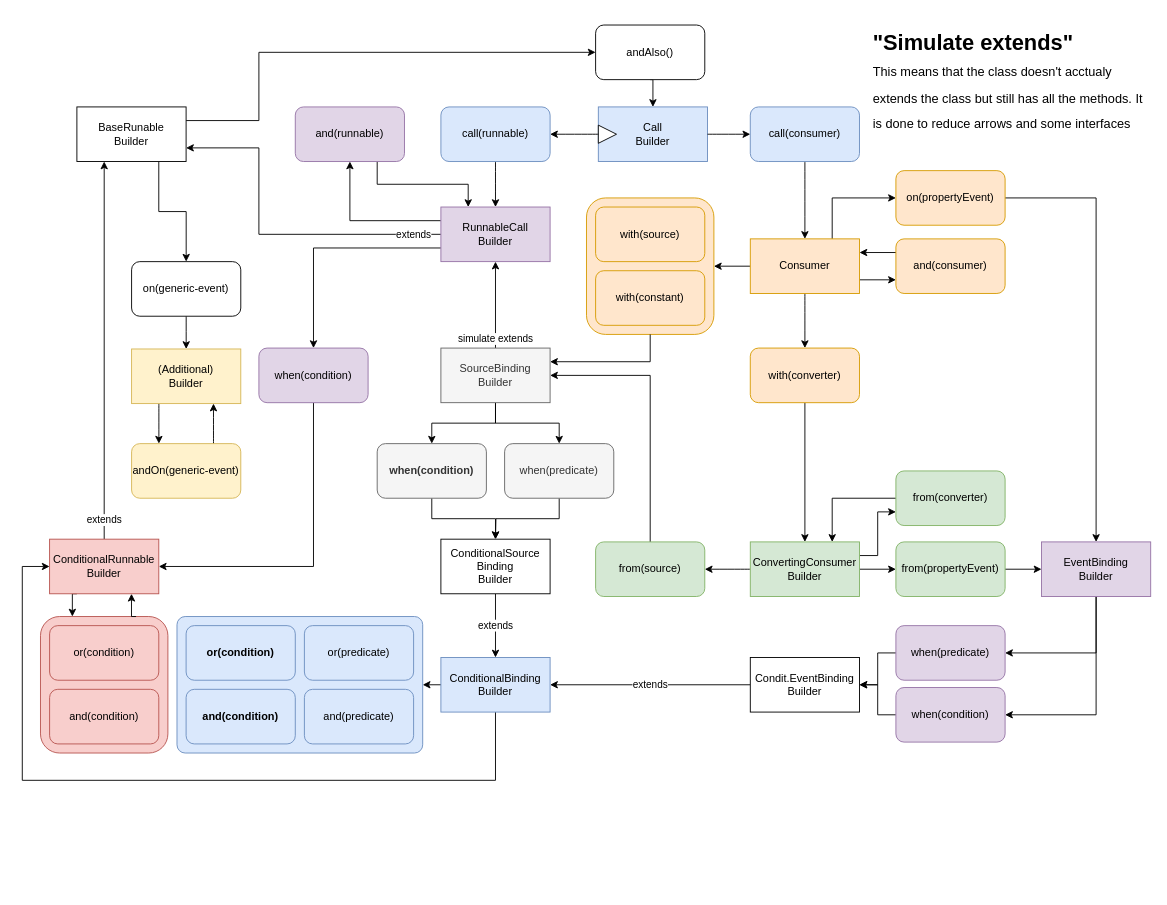
The draw.io diagram docs/binding_dsl.drawio in nbrugger-tgm/reactj, before the edit. Source tidied: cells renumbered, new cells numbered last; positions are measured from the earlier drawing's top-left corner, leaving out a move shared by most shapes. Both pictures are drawn from the tidied source at 91%, with x=0, y=0 at pixel (22, 25).
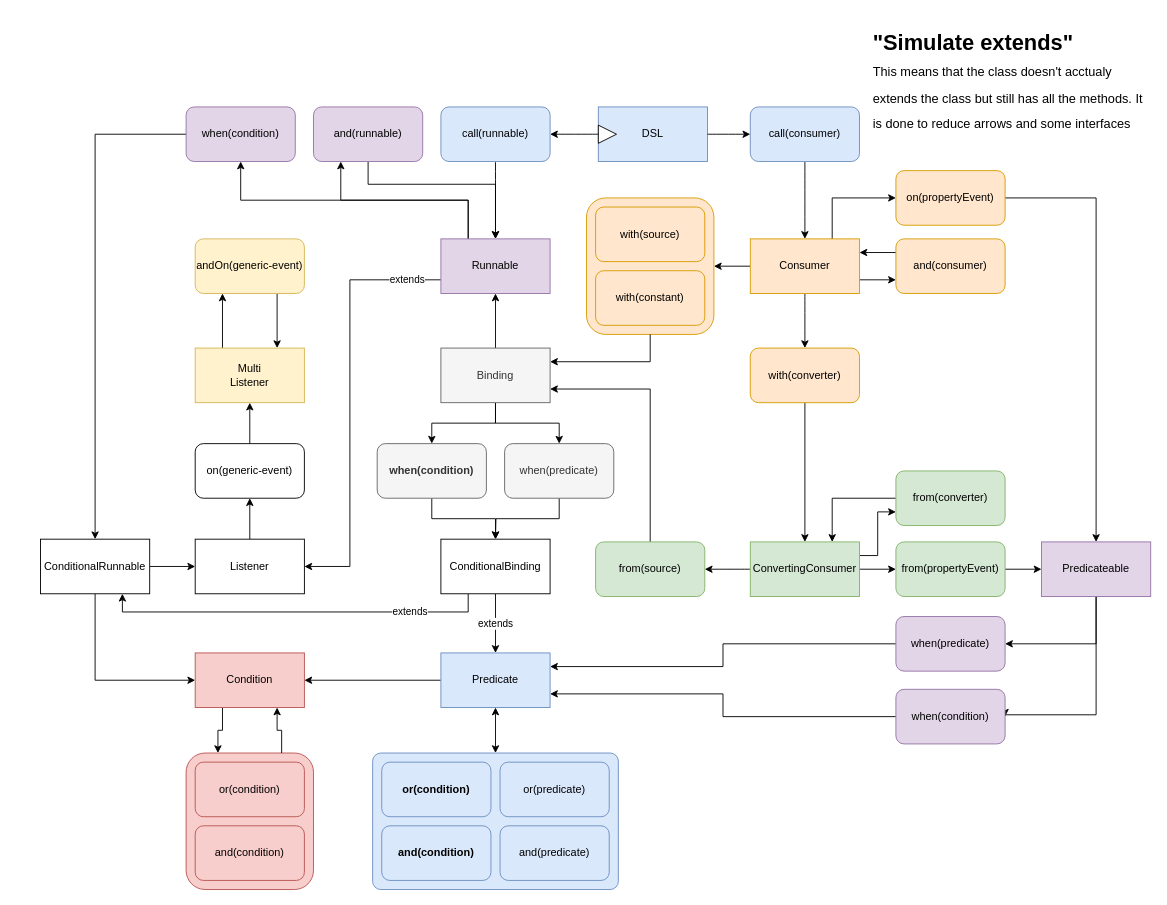
Above is the later version.

The change refers to these unchanged cells:
```xml
<mxCell id="21" value="from(source)" style="rounded=1;whiteSpace=wrap;html=1;fillColor=#d5e8d4;strokeColor=#82b366;" parent="1" vertex="1">
  <mxGeometry x="630" y="568" width="120" height="60" as="geometry" />
</mxCell>
<mxCell id="84" style="rounded=1;whiteSpace=wrap;html=1;fillColor=#dae8fc;strokeColor=#6c8ebf;arcSize=6;" parent="83" vertex="1">
  <mxGeometry width="270" height="150" as="geometry" />
</mxCell>
```

Change to the diagram source:
```diff
@@
-    <mxCell id="2" value="Call&lt;br&gt;Builder" style="rounded=0;whiteSpace=wrap;html=1;fillColor=#dae8fc;strokeColor=#6c8ebf;" parent="1" vertex="1">
+    <mxCell id="2" value="DSL" style="rounded=0;whiteSpace=wrap;html=1;fillColor=#dae8fc;strokeColor=#6c8ebf;" parent="1" vertex="1">
       <mxGeometry x="633" y="90" width="120" height="60" as="geometry" />
     </mxCell>
@@
-    <mxCell id="5" style="edgeStyle=orthogonalEdgeStyle;rounded=0;jettySize=auto;html=1;exitX=0.5;exitY=1;exitDx=0;exitDy=0;entryX=1;entryY=0.5;entryDx=0;entryDy=0;" parent="1" edge="1" source="6" target="64">
-      <mxGeometry relative="1" as="geometry">
-        <Array as="points">
-          <mxPoint x="320" y="595" />
-        </Array>
-      </mxGeometry>
-    </mxCell>
+    <mxCell id="92" style="edgeStyle=orthogonalEdgeStyle;rounded=0;jettySize=auto;html=1;exitX=0;exitY=0.5;exitDx=0;exitDy=0;startArrow=none;startFill=0;" parent="1" edge="1" source="6" target="98">
+      <mxGeometry relative="1" as="geometry" />
+    </mxCell>
     <mxCell id="6" value="when(condition)" style="rounded=1;whiteSpace=wrap;html=1;fillColor=#e1d5e7;strokeColor=#9673a6;" parent="1" vertex="1">
-      <mxGeometry x="260" y="355" width="120" height="60" as="geometry" />
+      <mxGeometry x="180" y="90" width="120" height="60" as="geometry" />
     </mxCell>
-    <mxCell id="7" style="edgeStyle=orthogonalEdgeStyle;curved=1;rounded=0;jettySize=auto;html=1;exitX=0.5;exitY=1;exitDx=0;exitDy=0;entryX=0.5;entryY=0;entryDx=0;entryDy=0;" parent="1" edge="1" source="8" target="45">
+    <mxCell id="7" style="edgeStyle=orthogonalEdgeStyle;rounded=0;jettySize=auto;html=1;" parent="1" edge="1" source="8" target="45">
       <mxGeometry relative="1" as="geometry" />
     </mxCell>
     <mxCell id="8" value="on(generic-event)" style="rounded=1;whiteSpace=wrap;html=1;" parent="1" vertex="1">
-      <mxGeometry x="120.1" y="260" width="120" height="60" as="geometry" />
+      <mxGeometry x="190" y="460" width="120" height="60" as="geometry" />
     </mxCell>
@@
-    <mxCell id="11" style="edgeStyle=orthogonalEdgeStyle;rounded=0;jettySize=auto;html=1;exitX=0.75;exitY=1;exitDx=0;exitDy=0;entryX=0.25;entryY=0;entryDx=0;entryDy=0;" parent="1" edge="1" source="12" target="29">
+    <mxCell id="11" style="edgeStyle=orthogonalEdgeStyle;rounded=0;jettySize=auto;html=1;exitX=0.5;exitY=1;exitDx=0;exitDy=0;entryX=0.5;entryY=0;entryDx=0;entryDy=0;" parent="1" edge="1" source="12" target="29">
       <mxGeometry relative="1" as="geometry">
         <Array as="points">
-          <mxPoint x="390" y="175" />
-          <mxPoint x="490" y="175" />
+          <mxPoint x="380" y="175" />
+          <mxPoint x="520" y="175" />
         </Array>
       </mxGeometry>
     </mxCell>
     <mxCell id="12" value="and(runnable)" style="rounded=1;whiteSpace=wrap;html=1;fillColor=#e1d5e7;strokeColor=#9673a6;" parent="1" vertex="1">
-      <mxGeometry x="300" y="90" width="120" height="60" as="geometry" />
+      <mxGeometry x="320" y="90" width="120" height="60" as="geometry" />
     </mxCell>
-    <mxCell id="13" style="edgeStyle=orthogonalEdgeStyle;curved=1;rounded=0;jettySize=auto;html=1;exitX=0.75;exitY=0;exitDx=0;exitDy=0;entryX=0.75;entryY=1;entryDx=0;entryDy=0;" parent="1" edge="1" source="14" target="45">
+    <mxCell id="13" style="edgeStyle=orthogonalEdgeStyle;rounded=0;jettySize=auto;html=1;exitX=0.75;exitY=1;exitDx=0;exitDy=0;entryX=0.75;entryY=0;entryDx=0;entryDy=0;startArrow=none;startFill=0;" parent="1" edge="1" source="14" target="45">
       <mxGeometry relative="1" as="geometry" />
     </mxCell>
     <mxCell id="14" value="andOn(generic-event)" style="rounded=1;whiteSpace=wrap;html=1;fillColor=#fff2cc;strokeColor=#d6b656;" parent="1" vertex="1">
-      <mxGeometry x="120.1" y="460" width="120" height="60" as="geometry" />
+      <mxGeometry x="190" y="235" width="120" height="60" as="geometry" />
     </mxCell>
     <mxCell id="15" style="group;" parent="1" vertex="1">
-      <mxGeometry x="20" y="650" width="140" height="150" as="geometry" />
+      <mxGeometry x="180" y="800" width="140" height="150" as="geometry" />
     </mxCell>
@@
-    <mxCell id="20" style="edgeStyle=orthogonalEdgeStyle;rounded=0;jettySize=auto;html=1;exitX=0.5;exitY=0;exitDx=0;exitDy=0;entryX=1;entryY=0.5;entryDx=0;entryDy=0;" parent="1" edge="1" source="21" target="50">
+    <mxCell id="20" style="edgeStyle=orthogonalEdgeStyle;rounded=0;jettySize=auto;html=1;exitX=0.5;exitY=0;exitDx=0;exitDy=0;entryX=1;entryY=0.75;entryDx=0;entryDy=0;" parent="1" edge="1" source="21" target="50">
       <mxGeometry relative="1" as="geometry" />
     </mxCell>
@@
-    <mxCell id="26" value="extends" style="edgeStyle=orthogonalEdgeStyle;rounded=0;jettySize=auto;html=1;exitX=0;exitY=0.5;exitDx=0;exitDy=0;entryX=1;entryY=0.75;entryDx=0;entryDy=0;" parent="1" edge="1" source="29" target="62">
+    <mxCell id="26" value="extends" style="edgeStyle=orthogonalEdgeStyle;rounded=0;jettySize=auto;html=1;exitX=0;exitY=0.75;exitDx=0;exitDy=0;entryX=1;entryY=0.5;entryDx=0;entryDy=0;" parent="1" edge="1" source="29" target="62">
       <mxGeometry x="-0.84" relative="1" as="geometry">
         <Array as="points">
-          <mxPoint x="260" y="230" />
-          <mxPoint x="260" y="135" />
+          <mxPoint x="360" y="280" />
+          <mxPoint x="360" y="595" />
         </Array>
       </mxGeometry>
     </mxCell>
-    <mxCell id="27" style="edgeStyle=orthogonalEdgeStyle;rounded=0;jettySize=auto;html=1;exitX=0;exitY=0.75;exitDx=0;exitDy=0;" parent="1" edge="1" source="29" target="6">
+    <mxCell id="27" style="edgeStyle=orthogonalEdgeStyle;rounded=0;jettySize=auto;html=1;exitX=0.25;exitY=0;exitDx=0;exitDy=0;entryX=0.5;entryY=1;entryDx=0;entryDy=0;startArrow=none;startFill=0;" parent="1" edge="1" source="29" target="6">
       <mxGeometry relative="1" as="geometry" />
     </mxCell>
-    <mxCell id="28" style="edgeStyle=orthogonalEdgeStyle;rounded=0;jettySize=auto;html=1;exitX=0;exitY=0.25;exitDx=0;exitDy=0;entryX=0.5;entryY=1;entryDx=0;entryDy=0;" parent="1" edge="1" source="29" target="12">
+    <mxCell id="28" style="edgeStyle=orthogonalEdgeStyle;rounded=0;jettySize=auto;html=1;exitX=0.25;exitY=0;exitDx=0;exitDy=0;entryX=0.25;entryY=1;entryDx=0;entryDy=0;startArrow=none;startFill=0;" parent="1" edge="1" source="29" target="12">
       <mxGeometry relative="1" as="geometry" />
     </mxCell>
-    <mxCell id="29" value="RunnableCall&lt;br&gt;Builder" style="rounded=0;whiteSpace=wrap;html=1;fillColor=#e1d5e7;strokeColor=#9673a6;" parent="1" vertex="1">
-      <mxGeometry x="460" y="200" width="120" height="60" as="geometry" />
+    <mxCell id="29" value="Runnable" style="rounded=0;whiteSpace=wrap;html=1;fillColor=#e1d5e7;strokeColor=#9673a6;" parent="1" vertex="1">
+      <mxGeometry x="460" y="235" width="120" height="60" as="geometry" />
     </mxCell>
@@
-    <mxCell id="40" value="ConvertingConsumer&lt;br&gt;Builder" style="rounded=0;whiteSpace=wrap;html=1;fillColor=#d5e8d4;strokeColor=#82b366;" parent="1" vertex="1">
+    <mxCell id="40" value="ConvertingConsumer" style="rounded=0;whiteSpace=wrap;html=1;fillColor=#d5e8d4;strokeColor=#82b366;" parent="1" vertex="1">
       <mxGeometry x="800" y="568" width="120" height="60" as="geometry" />
     </mxCell>
-    <mxCell id="41" style="edgeStyle=orthogonalEdgeStyle;rounded=0;jettySize=auto;html=1;exitX=0.5;exitY=1;exitDx=0;exitDy=0;entryX=0.5;entryY=0;entryDx=0;entryDy=0;" parent="1" edge="1" source="42" target="2">
-      <mxGeometry relative="1" as="geometry" />
-    </mxCell>
-    <mxCell id="42" value="andAlso()" style="rounded=1;whiteSpace=wrap;html=1;" parent="1" vertex="1">
-      <mxGeometry x="630" width="120" height="60" as="geometry" />
-    </mxCell>
@@
-    <mxCell id="44" style="edgeStyle=orthogonalEdgeStyle;curved=1;rounded=0;jettySize=auto;html=1;exitX=0.25;exitY=1;exitDx=0;exitDy=0;entryX=0.25;entryY=0;entryDx=0;entryDy=0;" parent="1" edge="1" source="45" target="14">
+    <mxCell id="44" style="edgeStyle=orthogonalEdgeStyle;rounded=0;jettySize=auto;html=1;exitX=0.25;exitY=0;exitDx=0;exitDy=0;entryX=0.25;entryY=1;entryDx=0;entryDy=0;startArrow=none;startFill=0;" parent="1" edge="1" source="45" target="14">
       <mxGeometry relative="1" as="geometry" />
     </mxCell>
-    <mxCell id="45" value="(Additional)&lt;br&gt;Builder" style="rounded=0;whiteSpace=wrap;html=1;fillColor=#fff2cc;strokeColor=#d6b656;" parent="1" vertex="1">
-      <mxGeometry x="120.1" y="356" width="120" height="60" as="geometry" />
+    <mxCell id="45" value="Multi&lt;br&gt;Listener" style="rounded=0;whiteSpace=wrap;html=1;fillColor=#fff2cc;strokeColor=#d6b656;" parent="1" vertex="1">
+      <mxGeometry x="190" y="355" width="120" height="60" as="geometry" />
     </mxCell>
@@
-    <mxCell id="47" value="simulate extends" style="edgeStyle=orthogonalEdgeStyle;rounded=0;jettySize=auto;html=1;" parent="1" edge="1" source="50" target="29">
-      <mxGeometry x="-0.78" relative="1" as="geometry" />
-    </mxCell>
@@
+    <mxCell id="47" style="edgeStyle=orthogonalEdgeStyle;rounded=0;jettySize=auto;html=1;exitX=0.5;exitY=0;exitDx=0;exitDy=0;entryX=0.5;entryY=1;entryDx=0;entryDy=0;startArrow=none;startFill=0;" parent="1" edge="1" source="50" target="29">
+      <mxGeometry relative="1" as="geometry" />
+    </mxCell>
-    <mxCell id="50" value="SourceBinding&lt;br&gt;Builder" style="rounded=0;whiteSpace=wrap;html=1;fillColor=#f5f5f5;strokeColor=#666666;fontColor=#333333;" parent="1" vertex="1">
+    <mxCell id="50" value="Binding" style="rounded=0;whiteSpace=wrap;html=1;fillColor=#f5f5f5;strokeColor=#666666;fontColor=#333333;" parent="1" vertex="1">
       <mxGeometry x="460" y="355" width="120" height="60" as="geometry" />
     </mxCell>
@@
+    <mxCell id="93" value="extends" style="edgeStyle=orthogonalEdgeStyle;rounded=0;jettySize=auto;html=1;exitX=0.25;exitY=1;exitDx=0;exitDy=0;entryX=0.75;entryY=1;entryDx=0;entryDy=0;startArrow=none;startFill=0;" parent="1" edge="1" source="59" target="98">
+      <mxGeometry x="-0.6" relative="1" as="geometry">
+        <Array as="points">
+          <mxPoint x="490" y="645" />
+          <mxPoint x="110" y="645" />
+        </Array>
+      </mxGeometry>
+    </mxCell>
-    <mxCell id="59" value="ConditionalSource&lt;br&gt;Binding&lt;br&gt;Builder" style="rounded=0;whiteSpace=wrap;html=1;" parent="1" vertex="1">
+    <mxCell id="59" value="ConditionalBinding" style="rounded=0;whiteSpace=wrap;html=1;" parent="1" vertex="1">
       <mxGeometry x="460" y="565" width="120" height="60" as="geometry" />
     </mxCell>
-    <mxCell id="60" style="edgeStyle=orthogonalEdgeStyle;rounded=0;jettySize=auto;html=1;exitX=0.75;exitY=1;exitDx=0;exitDy=0;entryX=0.5;entryY=0;entryDx=0;entryDy=0;" parent="1" edge="1" source="62" target="8">
+    <mxCell id="60" style="edgeStyle=orthogonalEdgeStyle;rounded=0;jettySize=auto;html=1;exitX=0.5;exitY=0;exitDx=0;exitDy=0;" parent="1" edge="1" source="62" target="8">
       <mxGeometry relative="1" as="geometry" />
     </mxCell>
-    <mxCell id="61" style="edgeStyle=orthogonalEdgeStyle;rounded=0;jettySize=auto;html=1;exitX=1;exitY=0.25;exitDx=0;exitDy=0;entryX=0;entryY=0.5;entryDx=0;entryDy=0;" parent="1" edge="1" source="62" target="42">
-      <mxGeometry relative="1" as="geometry">
-        <Array as="points">
-          <mxPoint x="260" y="105" />
-          <mxPoint x="260" y="30" />
-        </Array>
-      </mxGeometry>
-    </mxCell>
-    <mxCell id="62" value="BaseRunable&lt;br&gt;Builder" style="rounded=0;whiteSpace=wrap;html=1;" parent="1" vertex="1">
-      <mxGeometry x="60" y="90" width="120" height="60" as="geometry" />
+    <mxCell id="62" value="Listener" style="rounded=0;whiteSpace=wrap;html=1;" parent="1" vertex="1">
+      <mxGeometry x="190" y="565" width="120" height="60" as="geometry" />
     </mxCell>
-    <mxCell id="63" value="extends" style="edgeStyle=orthogonalEdgeStyle;rounded=0;jettySize=auto;html=1;exitX=0.5;exitY=0;exitDx=0;exitDy=0;entryX=0.25;entryY=1;entryDx=0;entryDy=0;" parent="1" edge="1" source="64" target="62">
-      <mxGeometry x="-0.9" relative="1" as="geometry" />
-    </mxCell>
-    <mxCell id="64" value="ConditionalRunnable&lt;br&gt;Builder" style="rounded=0;whiteSpace=wrap;html=1;fillColor=#f8cecc;strokeColor=#b85450;" parent="1" vertex="1">
-      <mxGeometry x="30" y="565" width="120" height="60" as="geometry" />
+    <mxCell id="64" value="Condition" style="rounded=0;whiteSpace=wrap;html=1;fillColor=#f8cecc;strokeColor=#b85450;" parent="1" vertex="1">
+      <mxGeometry x="190" y="690" width="120" height="60" as="geometry" />
     </mxCell>
@@
-    <mxCell id="73" value="EventBinding&lt;br&gt;Builder" style="rounded=0;whiteSpace=wrap;html=1;fillColor=#e1d5e7;strokeColor=#9673a6;" parent="1" vertex="1">
+    <mxCell id="73" value="Predicateable" style="rounded=0;whiteSpace=wrap;html=1;fillColor=#e1d5e7;strokeColor=#9673a6;" parent="1" vertex="1">
       <mxGeometry x="1120" y="568" width="120" height="60" as="geometry" />
     </mxCell>
-    <mxCell id="74" style="edgeStyle=orthogonalEdgeStyle;rounded=0;jettySize=auto;html=1;exitX=0;exitY=0.5;exitDx=0;exitDy=0;entryX=1;entryY=0.5;entryDx=0;entryDy=0;" parent="1" edge="1" source="75" target="77">
-      <mxGeometry relative="1" as="geometry" />
-    </mxCell>
+    <mxCell id="94" style="edgeStyle=orthogonalEdgeStyle;rounded=0;jettySize=auto;html=1;exitX=0;exitY=0.5;exitDx=0;exitDy=0;entryX=1;entryY=0.25;entryDx=0;entryDy=0;" parent="1" edge="1" source="75" target="82">
+      <mxGeometry relative="1" as="geometry" />
+    </mxCell>
     <mxCell id="75" value="when(predicate)" style="rounded=1;whiteSpace=wrap;html=1;fillColor=#e1d5e7;strokeColor=#9673a6;" parent="1" vertex="1">
-      <mxGeometry x="960" y="660" width="120" height="60" as="geometry" />
+      <mxGeometry x="960" y="650" width="120" height="60" as="geometry" />
     </mxCell>
-    <mxCell id="76" value="extends" style="edgeStyle=orthogonalEdgeStyle;rounded=0;jettySize=auto;html=1;exitX=0;exitY=0.5;exitDx=0;exitDy=0;entryX=1;entryY=0.5;entryDx=0;entryDy=0;" parent="1" edge="1" source="77" target="82">
-      <mxGeometry relative="1" as="geometry" />
-    </mxCell>
-    <mxCell id="77" value="Condit.EventBinding&lt;br&gt;Builder" style="rounded=0;whiteSpace=wrap;html=1;" parent="1" vertex="1">
-      <mxGeometry x="800" y="695" width="120" height="60" as="geometry" />
-    </mxCell>
-    <mxCell id="78" style="edgeStyle=orthogonalEdgeStyle;rounded=0;jettySize=auto;html=1;exitX=0;exitY=0.5;exitDx=0;exitDy=0;entryX=1;entryY=0.5;entryDx=0;entryDy=0;" parent="1" edge="1" source="79" target="77">
-      <mxGeometry relative="1" as="geometry" />
-    </mxCell>
+    <mxCell id="95" style="edgeStyle=orthogonalEdgeStyle;rounded=0;jettySize=auto;html=1;exitX=0;exitY=0.5;exitDx=0;exitDy=0;entryX=1;entryY=0.75;entryDx=0;entryDy=0;" parent="1" edge="1" source="79" target="82">
+      <mxGeometry relative="1" as="geometry" />
+    </mxCell>
     <mxCell id="79" value="when(condition)" style="rounded=1;whiteSpace=wrap;html=1;fillColor=#e1d5e7;strokeColor=#9673a6;" parent="1" vertex="1">
-      <mxGeometry x="960" y="728" width="120" height="60" as="geometry" />
+      <mxGeometry x="960" y="730" width="120" height="60" as="geometry" />
     </mxCell>
-    <mxCell id="80" style="edgeStyle=orthogonalEdgeStyle;rounded=0;jettySize=auto;html=1;exitX=0.5;exitY=1;exitDx=0;exitDy=0;entryX=1;entryY=0.5;entryDx=0;entryDy=0;" parent="1" edge="1" source="82" target="84">
-      <mxGeometry relative="1" as="geometry">
-        <Array as="points">
-          <mxPoint x="520" y="725" />
-        </Array>
-      </mxGeometry>
+    <mxCell id="80" style="edgeStyle=orthogonalEdgeStyle;rounded=0;jettySize=auto;html=1;exitX=0.5;exitY=1;exitDx=0;exitDy=0;startArrow=classic;startFill=1;" parent="1" edge="1" source="82" target="84">
+      <mxGeometry relative="1" as="geometry" />
     </mxCell>
-    <mxCell id="81" style="edgeStyle=orthogonalEdgeStyle;rounded=0;jettySize=auto;html=1;exitX=0.5;exitY=1;exitDx=0;exitDy=0;entryX=0;entryY=0.5;entryDx=0;entryDy=0;" parent="1" edge="1" source="82" target="64">
-      <mxGeometry relative="1" as="geometry">
-        <Array as="points">
-          <mxPoint x="520" y="830" />
-          <mxPoint y="830" />
-          <mxPoint y="595" />
-        </Array>
-      </mxGeometry>
+    <mxCell id="81" style="edgeStyle=orthogonalEdgeStyle;rounded=0;jettySize=auto;html=1;exitX=0;exitY=0.5;exitDx=0;exitDy=0;startArrow=none;startFill=0;" parent="1" edge="1" source="82" target="64">
+      <mxGeometry relative="1" as="geometry" />
     </mxCell>
-    <mxCell id="82" value="ConditionalBinding&lt;br&gt;Builder" style="rounded=0;whiteSpace=wrap;html=1;fillColor=#dae8fc;strokeColor=#6c8ebf;" parent="1" vertex="1">
-      <mxGeometry x="460" y="695" width="120" height="60" as="geometry" />
+    <mxCell id="82" value="Predicate" style="rounded=0;whiteSpace=wrap;html=1;fillColor=#dae8fc;strokeColor=#6c8ebf;" parent="1" vertex="1">
+      <mxGeometry x="460" y="690" width="120" height="60" as="geometry" />
     </mxCell>
     <mxCell id="83" style="group;" parent="1" vertex="1">
-      <mxGeometry x="170" y="650" width="270" height="150" as="geometry" />
+      <mxGeometry x="385" y="800" width="270" height="150" as="geometry" />
     </mxCell>
@@
+    <mxCell id="96" style="edgeStyle=orthogonalEdgeStyle;rounded=0;jettySize=auto;html=1;exitX=1;exitY=0.5;exitDx=0;exitDy=0;startArrow=none;startFill=0;" parent="1" edge="1" source="98" target="62">
+      <mxGeometry relative="1" as="geometry" />
+    </mxCell>
+    <mxCell id="97" style="edgeStyle=orthogonalEdgeStyle;rounded=0;jettySize=auto;html=1;exitX=0.5;exitY=1;exitDx=0;exitDy=0;entryX=0;entryY=0.5;entryDx=0;entryDy=0;startArrow=none;startFill=0;" parent="1" edge="1" source="98" target="64">
+      <mxGeometry relative="1" as="geometry" />
+    </mxCell>
+    <mxCell id="98" value="ConditionalRunnable&lt;br&gt;" style="rounded=0;whiteSpace=wrap;html=1;" parent="1" vertex="1">
+      <mxGeometry x="20" y="565" width="120" height="60" as="geometry" />
+    </mxCell>
```
